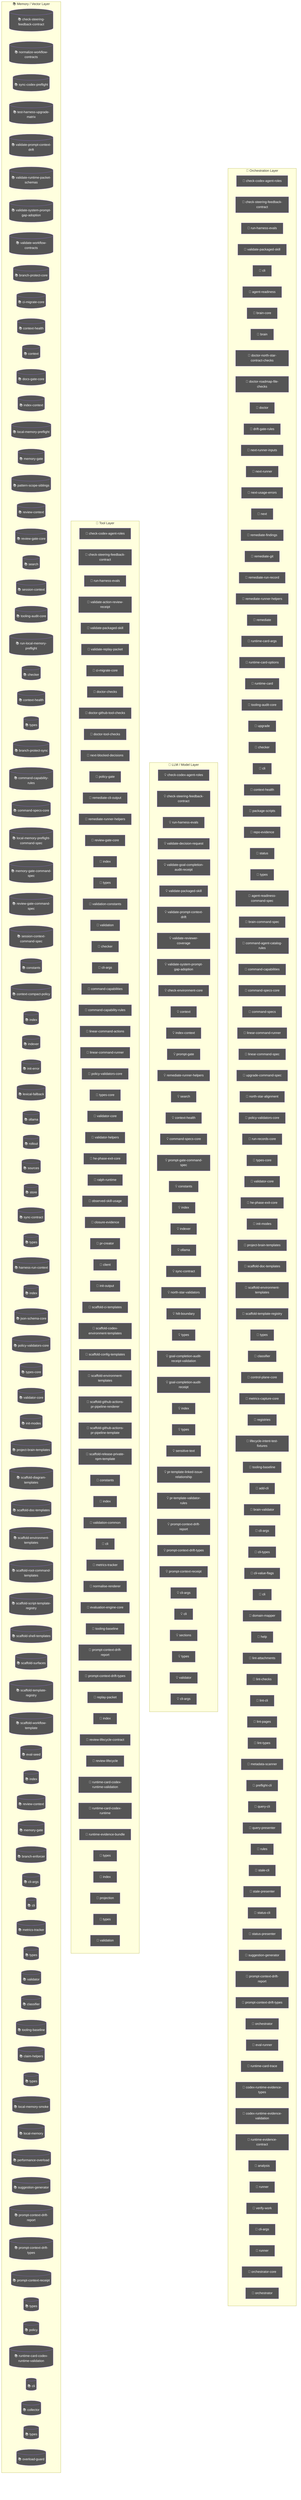
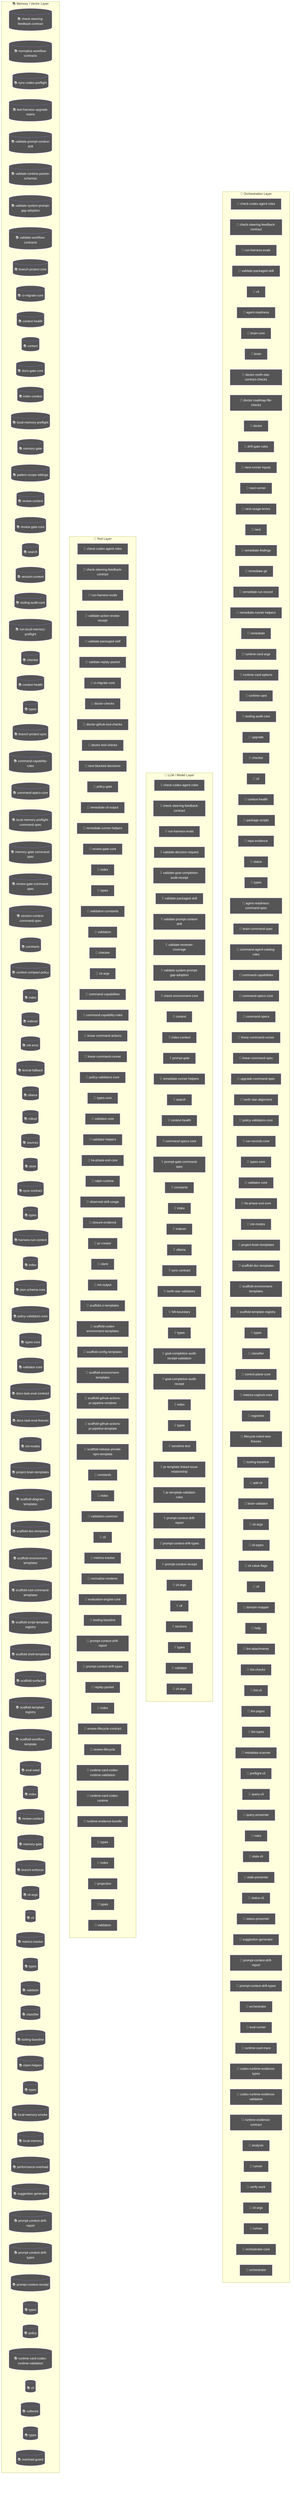
flowchart TD
  subgraph Orchestration["🎯 Orchestration Layer"]
    node_agent_mmd_orchestration_layer_orchestration_chec_7a9f0b64["🤖 check-codex-agent-roles"]
    node_agent_mmd_orchestration_layer_orchestration_chec_7fd47f5c["🤖 check-steering-feedback-contract"]
    node_agent_mmd_orchestration_layer_orchestration_run__18817957["🤖 run-harness-evals"]
    node_agent_mmd_orchestration_layer_orchestration_vali_c01b04be["🤖 validate-packaged-skill"]
    cli_99bb8840["🤖 cli"]
    agent_readiness_c82c68e6["🤖 agent-readiness"]
    brain_core_aa07c380["🤖 brain-core"]
    brain_bbbf7a64["🤖 brain"]
    doctor_north_star_contract_checks_0048124c["🤖 doctor-north-star-contract-checks"]
    doctor_roadmap_file_checks_14447b8e["🤖 doctor-roadmap-file-checks"]
    doctor_72f4be89["🤖 doctor"]
    drift_gate_rules_9685e72d["🤖 drift-gate-rules"]
    next_runner_inputs_754dba64["🤖 next-runner-inputs"]
    next_runner_41643472["🤖 next-runner"]
    next_usage_errors_837a345a["🤖 next-usage-errors"]
    next_c6c1c9a9["🤖 next"]
    remediate_findings_8b09c8c6["🤖 remediate-findings"]
    remediate_git_58c6f6f4["🤖 remediate-git"]
    remediate_run_record_9dfe5dc1["🤖 remediate-run-record"]
    node_agent_mmd_orchestration_layer_orchestration_reme_359fe98f["🤖 remediate-runner-helpers"]
    remediate_06b9c7fc["🤖 remediate"]
    runtime_card_args_2b3d4b28["🤖 runtime-card-args"]
    runtime_card_options_c9156ad5["🤖 runtime-card-options"]
    runtime_card_e06b53e1["🤖 runtime-card"]
    node_agent_mmd_orchestration_layer_orchestration_tool_acfe0c01["🤖 tooling-audit-core"]
    upgrade_7fef9479["🤖 upgrade"]
    node_agent_mmd_orchestration_layer_orchestration_chec_0550c395["🤖 checker"]
    cli_1_084e05fe["🤖 cli"]
    node_agent_mmd_orchestration_layer_orchestration_cont_61b3b9c9["🤖 context-health"]
    package_scripts_3ee6150f["🤖 package-scripts"]
    repo_evidence_38bb1de5["🤖 repo-evidence"]
    status_073c1634["🤖 status"]
    node_agent_mmd_orchestration_layer_orchestration_type_4f906dcc["🤖 types"]
    agent_readiness_command_spec_a30c2c1e["🤖 agent-readiness-command-spec"]
    brain_command_spec_15b122d5["🤖 brain-command-spec"]
    command_agent_catalog_rules_8e06b2af["🤖 command-agent-catalog-rules"]
    node_agent_mmd_orchestration_layer_orchestration_comm_6e41a7f7["🤖 command-capabilities"]
    node_agent_mmd_orchestration_layer_orchestration_comm_1f8cc24c["🤖 command-specs-core"]
    command_specs_69167c63["🤖 command-specs"]
    node_agent_mmd_orchestration_layer_orchestration_line_b67affd5["🤖 linear-command-runner"]
    linear_command_spec_1e12dd44["🤖 linear-command-spec"]
    upgrade_command_spec_03f6c7bd["🤖 upgrade-command-spec"]
    north_star_alignment_00440188["🤖 north-star-alignment"]
    node_agent_mmd_orchestration_layer_orchestration_poli_3270b55d["🤖 policy-validators-core"]
    run_records_core_89286dfa["🤖 run-records-core"]
    node_agent_mmd_orchestration_layer_orchestration_type_7cf81261["🤖 types-core"]
    node_agent_mmd_orchestration_layer_orchestration_vali_d9fe99e6["🤖 validator-core"]
    node_agent_mmd_orchestration_layer_orchestration_he_p_fc778c24["🤖 he-phase-exit-core"]
    node_agent_mmd_orchestration_layer_orchestration_init_2a9c3ecb["🤖 init-modes"]
    node_agent_mmd_orchestration_layer_orchestration_proj_6ab6f60f["🤖 project-brain-templates"]
    node_agent_mmd_orchestration_layer_orchestration_scaf_12cc07db["🤖 scaffold-doc-templates"]
    node_agent_mmd_orchestration_layer_orchestration_scaf_c9a90c2f["🤖 scaffold-environment-templates"]
    node_agent_mmd_orchestration_layer_orchestration_scaf_ff8f92f6["🤖 scaffold-template-registry"]
    types_16_0fae1112["🤖 types"]
    node_agent_mmd_orchestration_layer_orchestration_clas_899b821a["🤖 classifier"]
    control_plane_core_db3b4cb2["🤖 control-plane-core"]
    metrics_capture_core_db4bf7cf["🤖 metrics-capture-core"]
    registries_06402afa["🤖 registries"]
    lifecycle_intent_test_fixtures_a53c7ada["🤖 lifecycle-intent-test-fixtures"]
    node_agent_mmd_orchestration_layer_orchestration_tool_cc43149f["🤖 tooling-baseline"]
    add_cli_7614de25["🤖 add-cli"]
    brain_validator_be251832["🤖 brain-validator"]
    cli_args_8_d546936e["🤖 cli-args"]
    cli_types_1686e858["🤖 cli-types"]
    cli_value_flags_732a8e43["🤖 cli-value-flags"]
    cli_9_b54c1407["🤖 cli"]
    domain_mapper_cd9333d2["🤖 domain-mapper"]
    help_106a5842["🤖 help"]
    lint_attachments_873c0632["🤖 lint-attachments"]
    lint_checks_83522b19["🤖 lint-checks"]
    lint_cli_9ec62ec0["🤖 lint-cli"]
    lint_pages_e33301d0["🤖 lint-pages"]
    lint_types_2862c255["🤖 lint-types"]
    metadata_scanner_6a101b66["🤖 metadata-scanner"]
    preflight_cli_5d148379["🤖 preflight-cli"]
    query_cli_b95be64d["🤖 query-cli"]
    query_presenter_02e6077c["🤖 query-presenter"]
    rules_6c621d1a["🤖 rules"]
    stale_cli_64548720["🤖 stale-cli"]
    stale_presenter_1de4e3a2["🤖 stale-presenter"]
    status_cli_4c24a0d6["🤖 status-cli"]
    status_presenter_8de686c1["🤖 status-presenter"]
    node_agent_mmd_orchestration_layer_orchestration_sugg_85c5ebe3["🤖 suggestion-generator"]
    node_agent_mmd_orchestration_layer_orchestration_prom_d17b4de2["🤖 prompt-context-drift-report"]
    node_agent_mmd_orchestration_layer_orchestration_prom_77088997["🤖 prompt-context-drift-types"]
    orchestrator_11376b7e["🤖 orchestrator"]
    eval_runner_0966a6b3["🤖 eval-runner"]
    runtime_card_trace_64a5ca95["🤖 runtime-card-trace"]
    codex_runtime_evidence_types_f55808dd["🤖 codex-runtime-evidence-types"]
    codex_runtime_evidence_validation_d060a92d["🤖 codex-runtime-evidence-validation"]
    runtime_evidence_contract_0f7b15b2["🤖 runtime-evidence-contract"]
    analysis_f44e85c4["🤖 analysis"]
    runner_527aa9f4["🤖 runner"]
    verify_work_1_cd8e7ec3["🤖 verify-work"]
    cli_args_14_3481043e["🤖 cli-args"]
    runner_1_6f281bf8["🤖 runner"]
    orchestrator_core_d0678b53["🤖 orchestrator-core"]
    orchestrator_1_6b7137c5["🤖 orchestrator"]
  end
  subgraph LLMLayer["🧠 LLM / Model Layer"]
    node_agent_mmd_llm_model_layer_llmlayer_check_codex_a_29e7b7fa["💡 check-codex-agent-roles"]
    node_agent_mmd_llm_model_layer_llmlayer_check_steerin_0e1bf90d["💡 check-steering-feedback-contract"]
    node_agent_mmd_llm_model_layer_llmlayer_run_harness_e_603fcfdc["💡 run-harness-evals"]
    validate_decision_request_2e5c325e["💡 validate-decision-request"]
    validate_goal_completion_audit_receipt_100d252c["💡 validate-goal-completion-audit-receipt"]
    node_agent_mmd_llm_model_layer_llmlayer_validate_pack_2a12e1f4["💡 validate-packaged-skill"]
    node_agent_mmd_llm_model_layer_llmlayer_validate_prom_9880f764["💡 validate-prompt-context-drift"]
    validate_reviewer_coverage_251efee3["💡 validate-reviewer-coverage"]
    node_agent_mmd_llm_model_layer_llmlayer_validate_syst_5636156e["💡 validate-system-prompt-gap-adoption"]
    check_environment_core_2c16213f["💡 check-environment-core"]
    node_agent_mmd_llm_model_layer_llmlayer_context_conte_ad2dfbd9["💡 context"]
    node_agent_mmd_llm_model_layer_llmlayer_index_context_1041bd11["💡 index-context"]
    prompt_gate_c5e9d207["💡 prompt-gate"]
    node_agent_mmd_llm_model_layer_llmlayer_remediate_run_9e3d4585["💡 remediate-runner-helpers"]
    node_agent_mmd_llm_model_layer_llmlayer_search_search_66b9a911["💡 search"]
    node_agent_mmd_llm_model_layer_llmlayer_context_healt_cfc0bfa8["💡 context-health"]
    node_agent_mmd_llm_model_layer_llmlayer_command_specs_782af9fa["💡 command-specs-core"]
    prompt_gate_command_spec_9a941482["💡 prompt-gate-command-spec"]
    node_agent_mmd_llm_model_layer_llmlayer_constants_con_c9bd3f6c["💡 constants"]
    node_agent_mmd_llm_model_layer_llmlayer_index_index_1_02e160ff["💡 index"]
    node_agent_mmd_llm_model_layer_llmlayer_indexer_index_4f4deef5["💡 indexer"]
    node_agent_mmd_llm_model_layer_llmlayer_ollama_ollama_968b23fa["💡 ollama"]
    node_agent_mmd_llm_model_layer_llmlayer_sync_contract_9f3cc8c1["💡 sync-contract"]
    north_star_validators_cfc926ce["💡 north-star-validators"]
    hilt_boundary_9b36fb15["💡 hilt-boundary"]
    types_10_75e5a4a0["💡 types"]
    goal_completion_audit_receipt_validation_9d0f4891["💡 goal-completion-audit-receipt-validation"]
    goal_completion_audit_receipt_5e4939c3["💡 goal-completion-audit-receipt"]
    index_5_522f772a["💡 index"]
    node_agent_mmd_llm_model_layer_llmlayer_constants_con_c9bd3f6c["💡 constants"]
    types_17_ed30531c["💡 types"]
    sensitive_text_7c11f760["💡 sensitive-text"]
    pr_template_linked_issue_relationship_a7b61f2c["💡 pr-template-linked-issue-relationship"]
    pr_template_validator_rules_20a32d6b["💡 pr-template-validator-rules"]
    node_agent_mmd_llm_model_layer_llmlayer_index_index_1_02e160ff["💡 index"]
    node_agent_mmd_llm_model_layer_llmlayer_prompt_contex_81f9066a["💡 prompt-context-drift-report"]
    node_agent_mmd_llm_model_layer_llmlayer_prompt_contex_e5066b88["💡 prompt-context-drift-types"]
    node_agent_mmd_llm_model_layer_llmlayer_index_index_1_02e160ff["💡 index"]
    node_agent_mmd_llm_model_layer_llmlayer_prompt_contex_6426acc2["💡 prompt-context-receipt"]
    cli_args_9_9c136878["💡 cli-args"]
    cli_10_35dc8cbd["💡 cli"]
    sections_4697ef32["💡 sections"]
    types_27_4d134744["💡 types"]
    validator_7_f836eb0e["💡 validator"]
    cli_args_10_861cdd3f["💡 cli-args"]
  end
  subgraph ToolLayer["🔧 Tool Layer"]
    node_agent_mmd_tool_layer_toollayer_check_codex_agent_4b361d5a["🔧 check-codex-agent-roles"]
    node_agent_mmd_tool_layer_toollayer_check_steering_fe_eafecf3a["🔧 check-steering-feedback-contract"]
    node_agent_mmd_tool_layer_toollayer_run_harness_evals_e2ee24f1["🔧 run-harness-evals"]
    validate_action_review_receipt_fa2f06c3["🔧 validate-action-review-receipt"]
    node_agent_mmd_tool_layer_toollayer_validate_packaged_2855c827["🔧 validate-packaged-skill"]
    validate_replay_packet_f309747e["🔧 validate-replay-packet"]
    node_agent_mmd_tool_layer_toollayer_ci_migrate_core_c_049f8460["🔧 ci-migrate-core"]
    doctor_checks_5a2eb2b9["🔧 doctor-checks"]
    doctor_github_tool_checks_a53b0382["🔧 doctor-github-tool-checks"]
    doctor_tool_checks_4acac51a["🔧 doctor-tool-checks"]
    next_blocked_decisions_4140ad2b["🔧 next-blocked-decisions"]
    policy_gate_213f7313["🔧 policy-gate"]
    remediate_cli_output_cc165396["🔧 remediate-cli-output"]
    node_agent_mmd_tool_layer_toollayer_remediate_runner__c003b871["🔧 remediate-runner-helpers"]
    node_agent_mmd_tool_layer_toollayer_review_gate_core__7704598b["🔧 review-gate-core"]
    index_1bc04b52["🔧 index"]
    types_1_4ecdf56e["🔧 types"]
    validation_constants_e002a0f6["🔧 validation-constants"]
    validation_98c41dcd["🔧 validation"]
    node_agent_mmd_tool_layer_toollayer_checker_checker_2_453d593b["🔧 checker"]
    cli_args_1_6144b055["🔧 cli-args"]
    node_agent_mmd_tool_layer_toollayer_command_capabilit_7fe13db1["🔧 command-capabilities"]
    node_agent_mmd_tool_layer_toollayer_command_capabilit_e97a4615["🔧 command-capability-rules"]
    linear_command_actions_e430f4f4["🔧 linear-command-actions"]
    node_agent_mmd_tool_layer_toollayer_linear_command_ru_d6763748["🔧 linear-command-runner"]
    node_agent_mmd_tool_layer_toollayer_policy_validators_af136abf["🔧 policy-validators-core"]
    node_agent_mmd_tool_layer_toollayer_types_core_types__6c8319b6["🔧 types-core"]
    node_agent_mmd_tool_layer_toollayer_validator_core_va_6ef6131f["🔧 validator-core"]
    validator_helpers_7b927667["🔧 validator-helpers"]
    node_agent_mmd_tool_layer_toollayer_he_phase_exit_cor_af016160["🔧 he-phase-exit-core"]
    ralph_runtime_73d63c0e["🔧 ralph-runtime"]
    observed_skill_usage_ed7d5930["🔧 observed-skill-usage"]
    closure_evidence_aaa31467["🔧 closure-evidence"]
    pr_creator_dc6b1ea4["🔧 pr-creator"]
    client_948fe603["🔧 client"]
    init_output_360dce91["🔧 init-output"]
    scaffold_ci_templates_2afd6392["🔧 scaffold-ci-templates"]
    scaffold_codex_environment_templates_334fbbed["🔧 scaffold-codex-environment-templates"]
    scaffold_config_templates_4b80ce53["🔧 scaffold-config-templates"]
    node_agent_mmd_tool_layer_toollayer_scaffold_environm_c1afc013["🔧 scaffold-environment-templates"]
    scaffold_github_actions_pr_pipeline_renderer_1ee18de5["🔧 scaffold-github-actions-pr-pipeline-renderer"]
    scaffold_github_actions_pr_pipeline_template_e2b85f62["🔧 scaffold-github-actions-pr-pipeline-template"]
    scaffold_release_private_npm_template_075499f8["🔧 scaffold-release-private-npm-template"]
    node_agent_mmd_tool_layer_toollayer_constants_constan_9d71b829["🔧 constants"]
    index_9_32dd4d91["🔧 index"]
    validation_common_6161e48b["🔧 validation-common"]
    node_agent_mmd_tool_layer_toollayer_cli_cli_2_1_32d9eeaf["🔧 cli"]
    node_agent_mmd_tool_layer_toollayer_metrics_tracker_m_4c9237d8["🔧 metrics-tracker"]
    normalise_renderer_85f2e563["🔧 normalise-renderer"]
    evaluation_engine_core_e054fe49["🔧 evaluation-engine-core"]
    node_agent_mmd_tool_layer_toollayer_tooling_baseline__61e66e9f["🔧 tooling-baseline"]
    node_agent_mmd_tool_layer_toollayer_prompt_context_dr_a2772f2b["🔧 prompt-context-drift-report"]
    node_agent_mmd_tool_layer_toollayer_prompt_context_dr_bd82da46["🔧 prompt-context-drift-types"]
    replay_packet_a1293f88["🔧 replay-packet"]
    index_14_d982116c["🔧 index"]
    review_lifecycle_contract_e5447221["🔧 review-lifecycle-contract"]
    review_lifecycle_89afa64c["🔧 review-lifecycle"]
    node_agent_mmd_tool_layer_toollayer_runtime_card_code_3636ceac["🔧 runtime-card-codex-runtime-validation"]
    runtime_card_codex_runtime_0655e230["🔧 runtime-card-codex-runtime"]
    runtime_evidence_bundle_d471a232["🔧 runtime-evidence-bundle"]
    types_36_674380ec["🔧 types"]
    index_17_642943a2["🔧 index"]
    projection_1b250ea1["🔧 projection"]
    types_38_e8efcd57["🔧 types"]
    validation_7_c4e6d8b6["🔧 validation"]
  end
  subgraph MemoryLayer["📚 Memory / Vector Layer"]
    node_agent_mmd_memory_vector_layer_memorylayer_check__64c86928[("📚 check-steering-feedback-contract")]
    normalize_workflow_contracts_8701f1c8[("📚 normalize-workflow-contracts")]
    sync_codex_preflight_7e7a8dc2[("📚 sync-codex-preflight")]
    test_harness_upgrade_matrix_84113c4e[("📚 test-harness-upgrade-matrix")]
    node_agent_mmd_memory_vector_layer_memorylayer_valida_c52c4db8[("📚 validate-prompt-context-drift")]
    validate_runtime_packet_schemas_bc3ba8ec[("📚 validate-runtime-packet-schemas")]
    node_agent_mmd_memory_vector_layer_memorylayer_valida_db599a97[("📚 validate-system-prompt-gap-adoption")]
    validate_workflow_contracts_33dc063c[("📚 validate-workflow-contracts")]
    branch_protect_core_a8feb0fd[("📚 branch-protect-core")]
    node_agent_mmd_memory_vector_layer_memorylayer_ci_mig_0cd5b1a4[("📚 ci-migrate-core")]
    context_health_80bb7da9[("📚 context-health")]
    node_agent_mmd_memory_vector_layer_memorylayer_contex_78ceaaa9[("📚 context")]
    docs_gate_core_eb9b6c18[("📚 docs-gate-core")]
    node_agent_mmd_memory_vector_layer_memorylayer_index__6f3402d0[("📚 index-context")]
    local_memory_preflight_dcc36c42[("📚 local-memory-preflight")]
    memory_gate_a577a506[("📚 memory-gate")]
    pattern_scope_siblings_43abe000[("📚 pattern-scope-siblings")]
    review_context_ca6cf81d[("📚 review-context")]
    node_agent_mmd_memory_vector_layer_memorylayer_review_5bee9816[("📚 review-gate-core")]
    node_agent_mmd_memory_vector_layer_memorylayer_search_ac35cb7e[("📚 search")]
    session_context_e5ec72c0[("📚 session-context")]
    node_agent_mmd_memory_vector_layer_memorylayer_toolin_a1185b8f[("📚 tooling-audit-core")]
    run_local_memory_preflight_36e92808[("📚 run-local-memory-preflight")]
    node_agent_mmd_memory_vector_layer_memorylayer_checke_a583eb4f[("📚 checker")]
    node_agent_mmd_memory_vector_layer_memorylayer_contex_3204aa0e[("📚 context-health")]
    node_agent_mmd_memory_vector_layer_memorylayer_types__9ad640a0[("📚 types")]
    branch_protect_sync_570adb18[("📚 branch-protect-sync")]
    node_agent_mmd_memory_vector_layer_memorylayer_comman_c72a5d05[("📚 command-capability-rules")]
    node_agent_mmd_memory_vector_layer_memorylayer_comman_111eb454[("📚 command-specs-core")]
    local_memory_preflight_command_spec_9e23f3ce[("📚 local-memory-preflight-command-spec")]
    memory_gate_command_spec_dc9001a9[("📚 memory-gate-command-spec")]
    review_gate_command_spec_3187376a[("📚 review-gate-command-spec")]
    session_context_command_spec_973afbb1[("📚 session-context-command-spec")]
    node_agent_mmd_memory_vector_layer_memorylayer_consta_702d3f46[("📚 constants")]
    context_compact_policy_3dcaf95d[("📚 context-compact-policy")]
    node_agent_mmd_memory_vector_layer_memorylayer_index__752bc61e[("📚 index")]
    node_agent_mmd_memory_vector_layer_memorylayer_indexe_93e6d86f[("📚 indexer")]
    init_error_5c7dd49f[("📚 init-error")]
    lexical_fallback_723e2b3e[("📚 lexical-fallback")]
    node_agent_mmd_memory_vector_layer_memorylayer_ollama_6d51be16[("📚 ollama")]
    rollout_a4fa034c[("📚 rollout")]
    sources_878a52fc[("📚 sources")]
    store_824d80d7[("📚 store")]
    node_agent_mmd_memory_vector_layer_memorylayer_sync_c_e43418bc[("📚 sync-contract")]
    types_8_f6283648[("📚 types")]
    harness_run_context_ac7c77a9[("📚 harness-run-context")]
    index_4_013aa0e3[("📚 index")]
    json_schema_core_96d7e328[("📚 json-schema-core")]
    node_agent_mmd_memory_vector_layer_memorylayer_policy_1944de42[("📚 policy-validators-core")]
    node_agent_mmd_memory_vector_layer_memorylayer_types__83f369fa[("📚 types-core")]
    node_agent_mmd_memory_vector_layer_memorylayer_valida_41034356[("📚 validator-core")]
+     docs_task_eval_contract_79347457[("📚 docs-task-eval-contract")]
+     docs_task_eval_fixtures_44902755[("📚 docs-task-eval-fixtures")]
    node_agent_mmd_memory_vector_layer_memorylayer_init_m_333d02c5[("📚 init-modes")]
    node_agent_mmd_memory_vector_layer_memorylayer_projec_3ae304d9[("📚 project-brain-templates")]
    scaffold_diagram_templates_dd88e83c[("📚 scaffold-diagram-templates")]
    node_agent_mmd_memory_vector_layer_memorylayer_scaffo_5fd73b94[("📚 scaffold-doc-templates")]
    node_agent_mmd_memory_vector_layer_memorylayer_scaffo_12b42341[("📚 scaffold-environment-templates")]
    scaffold_root_command_templates_404fed7f[("📚 scaffold-root-command-templates")]
    scaffold_script_template_registry_69312d4e[("📚 scaffold-script-template-registry")]
    scaffold_shell_templates_0ad0f915[("📚 scaffold-shell-templates")]
    scaffold_surfaces_12d6494e[("📚 scaffold-surfaces")]
    node_agent_mmd_memory_vector_layer_memorylayer_scaffo_a86eece1[("📚 scaffold-template-registry")]
    scaffold_workflow_template_92310587[("📚 scaffold-workflow-template")]
    eval_seed_5699fd3e[("📚 eval-seed")]
    index_10_f6785a46[("📚 index")]
    review_context_1_e3afed15[("📚 review-context")]
    memory_gate_1_265164ac[("📚 memory-gate")]
    branch_enforcer_acb749cd[("📚 branch-enforcer")]
    cli_args_5_09ea29f0[("📚 cli-args")]
    node_agent_mmd_memory_vector_layer_memorylayer_cli_cl_1f1f89ab[("📚 cli")]
    node_agent_mmd_memory_vector_layer_memorylayer_metric_12562178[("📚 metrics-tracker")]
    types_19_eb4ad5f0[("📚 types")]
    validator_5_b19ac2be[("📚 validator")]
    node_agent_mmd_memory_vector_layer_memorylayer_classi_1ebbf5ff[("📚 classifier")]
    node_agent_mmd_memory_vector_layer_memorylayer_toolin_14f86b00[("📚 tooling-baseline")]
    claim_helpers_20dc8387[("📚 claim-helpers")]
    types_24_c63dc1a7[("📚 types")]
    local_memory_smoke_1175abfc[("📚 local-memory-smoke")]
    local_memory_0db17ecc[("📚 local-memory")]
    performance_overload_c685bfcf[("📚 performance-overload")]
    node_agent_mmd_memory_vector_layer_memorylayer_sugges_267f408d[("📚 suggestion-generator")]
    node_agent_mmd_memory_vector_layer_memorylayer_index__752bc61e[("📚 index")]
    node_agent_mmd_memory_vector_layer_memorylayer_prompt_ae34fc43[("📚 prompt-context-drift-report")]
    node_agent_mmd_memory_vector_layer_memorylayer_prompt_efd77624[("📚 prompt-context-drift-types")]
    node_agent_mmd_memory_vector_layer_memorylayer_index__752bc61e[("📚 index")]
    node_agent_mmd_memory_vector_layer_memorylayer_prompt_55c0d605[("📚 prompt-context-receipt")]
    types_31_eb363e20[("📚 types")]
    policy_1_fc4198db[("📚 policy")]
    node_agent_mmd_memory_vector_layer_memorylayer_runtim_a5d23e7f[("📚 runtime-card-codex-runtime-validation")]
    cli_11_338a8415[("📚 cli")]
    collector_0736fd5b[("📚 collector")]
    types_34_85e6a0bb[("📚 types")]
    overload_guard_2748c559[("📚 overload-guard")]
  end
  classDef agentNode fill:#555,color:#fff
  class node_agent_mmd_orchestration_layer_orchestration_chec_7a9f0b64,node_agent_mmd_llm_model_layer_llmlayer_check_codex_a_29e7b7fa,node_agent_mmd_tool_layer_toollayer_check_codex_agent_4b361d5a,node_agent_mmd_orchestration_layer_orchestration_chec_7fd47f5c,node_agent_mmd_llm_model_layer_llmlayer_check_steerin_0e1bf90d,node_agent_mmd_tool_layer_toollayer_check_steering_fe_eafecf3a,node_agent_mmd_memory_vector_layer_memorylayer_check__64c86928,node_agent_mmd_orchestration_layer_orchestration_run__18817957,node_agent_mmd_llm_model_layer_llmlayer_run_harness_e_603fcfdc,node_agent_mmd_tool_layer_toollayer_run_harness_evals_e2ee24f1,node_agent_mmd_orchestration_layer_orchestration_vali_c01b04be,node_agent_mmd_llm_model_layer_llmlayer_validate_pack_2a12e1f4,node_agent_mmd_tool_layer_toollayer_validate_packaged_2855c827,cli_99bb8840,agent_readiness_c82c68e6,brain_core_aa07c380,brain_bbbf7a64,doctor_north_star_contract_checks_0048124c,doctor_roadmap_file_checks_14447b8e,doctor_72f4be89,drift_gate_rules_9685e72d,next_runner_inputs_754dba64,next_runner_41643472,next_usage_errors_837a345a,next_c6c1c9a9,remediate_findings_8b09c8c6,remediate_git_58c6f6f4,remediate_run_record_9dfe5dc1,node_agent_mmd_orchestration_layer_orchestration_reme_359fe98f,node_agent_mmd_llm_model_layer_llmlayer_remediate_run_9e3d4585,node_agent_mmd_tool_layer_toollayer_remediate_runner__c003b871,remediate_06b9c7fc,runtime_card_args_2b3d4b28,runtime_card_options_c9156ad5,runtime_card_e06b53e1,node_agent_mmd_orchestration_layer_orchestration_tool_acfe0c01,node_agent_mmd_memory_vector_layer_memorylayer_toolin_a1185b8f,upgrade_7fef9479,node_agent_mmd_orchestration_layer_orchestration_chec_0550c395,node_agent_mmd_tool_layer_toollayer_checker_checker_2_453d593b,node_agent_mmd_memory_vector_layer_memorylayer_checke_a583eb4f,cli_1_084e05fe,node_agent_mmd_orchestration_layer_orchestration_cont_61b3b9c9,node_agent_mmd_llm_model_layer_llmlayer_context_healt_cfc0bfa8,node_agent_mmd_memory_vector_layer_memorylayer_contex_3204aa0e,package_scripts_3ee6150f,repo_evidence_38bb1de5,status_073c1634,node_agent_mmd_orchestration_layer_orchestration_type_4f906dcc,node_agent_mmd_memory_vector_layer_memorylayer_types__9ad640a0,agent_readiness_command_spec_a30c2c1e,brain_command_spec_15b122d5,command_agent_catalog_rules_8e06b2af,node_agent_mmd_orchestration_layer_orchestration_comm_6e41a7f7,node_agent_mmd_tool_layer_toollayer_command_capabilit_7fe13db1,node_agent_mmd_orchestration_layer_orchestration_comm_1f8cc24c,node_agent_mmd_llm_model_layer_llmlayer_command_specs_782af9fa,node_agent_mmd_memory_vector_layer_memorylayer_comman_111eb454,command_specs_69167c63,node_agent_mmd_orchestration_layer_orchestration_line_b67affd5,node_agent_mmd_tool_layer_toollayer_linear_command_ru_d6763748,linear_command_spec_1e12dd44,upgrade_command_spec_03f6c7bd,north_star_alignment_00440188,node_agent_mmd_orchestration_layer_orchestration_poli_3270b55d,node_agent_mmd_tool_layer_toollayer_policy_validators_af136abf,node_agent_mmd_memory_vector_layer_memorylayer_policy_1944de42,run_records_core_89286dfa,node_agent_mmd_orchestration_layer_orchestration_type_7cf81261,node_agent_mmd_tool_layer_toollayer_types_core_types__6c8319b6,node_agent_mmd_memory_vector_layer_memorylayer_types__83f369fa,node_agent_mmd_orchestration_layer_orchestration_vali_d9fe99e6,node_agent_mmd_tool_layer_toollayer_validator_core_va_6ef6131f,node_agent_mmd_memory_vector_layer_memorylayer_valida_41034356,node_agent_mmd_orchestration_layer_orchestration_he_p_fc778c24,node_agent_mmd_tool_layer_toollayer_he_phase_exit_cor_af016160,node_agent_mmd_orchestration_layer_orchestration_init_2a9c3ecb,node_agent_mmd_memory_vector_layer_memorylayer_init_m_333d02c5,node_agent_mmd_orchestration_layer_orchestration_proj_6ab6f60f,node_agent_mmd_memory_vector_layer_memorylayer_projec_3ae304d9,node_agent_mmd_orchestration_layer_orchestration_scaf_12cc07db,node_agent_mmd_memory_vector_layer_memorylayer_scaffo_5fd73b94,node_agent_mmd_orchestration_layer_orchestration_scaf_c9a90c2f,node_agent_mmd_tool_layer_toollayer_scaffold_environm_c1afc013,node_agent_mmd_memory_vector_layer_memorylayer_scaffo_12b42341,node_agent_mmd_orchestration_layer_orchestration_scaf_ff8f92f6,node_agent_mmd_memory_vector_layer_memorylayer_scaffo_a86eece1,types_16_0fae1112,node_agent_mmd_orchestration_layer_orchestration_clas_899b821a,node_agent_mmd_memory_vector_layer_memorylayer_classi_1ebbf5ff,control_plane_core_db3b4cb2,metrics_capture_core_db4bf7cf,registries_06402afa,lifecycle_intent_test_fixtures_a53c7ada,node_agent_mmd_orchestration_layer_orchestration_tool_cc43149f,node_agent_mmd_tool_layer_toollayer_tooling_baseline__61e66e9f,node_agent_mmd_memory_vector_layer_memorylayer_toolin_14f86b00,add_cli_7614de25,brain_validator_be251832,cli_args_8_d546936e,cli_types_1686e858,cli_value_flags_732a8e43,cli_9_b54c1407,domain_mapper_cd9333d2,help_106a5842,lint_attachments_873c0632,lint_checks_83522b19,lint_cli_9ec62ec0,lint_pages_e33301d0,lint_types_2862c255,metadata_scanner_6a101b66,preflight_cli_5d148379,query_cli_b95be64d,query_presenter_02e6077c,rules_6c621d1a,stale_cli_64548720,stale_presenter_1de4e3a2,status_cli_4c24a0d6,status_presenter_8de686c1,node_agent_mmd_orchestration_layer_orchestration_sugg_85c5ebe3,node_agent_mmd_memory_vector_layer_memorylayer_sugges_267f408d,node_agent_mmd_orchestration_layer_orchestration_prom_d17b4de2,node_agent_mmd_llm_model_layer_llmlayer_prompt_contex_81f9066a,node_agent_mmd_tool_layer_toollayer_prompt_context_dr_a2772f2b,node_agent_mmd_memory_vector_layer_memorylayer_prompt_ae34fc43,node_agent_mmd_orchestration_layer_orchestration_prom_77088997,node_agent_mmd_llm_model_layer_llmlayer_prompt_contex_e5066b88,node_agent_mmd_tool_layer_toollayer_prompt_context_dr_bd82da46,node_agent_mmd_memory_vector_layer_memorylayer_prompt_efd77624,orchestrator_11376b7e,eval_runner_0966a6b3,runtime_card_trace_64a5ca95,codex_runtime_evidence_types_f55808dd,codex_runtime_evidence_validation_d060a92d,runtime_evidence_contract_0f7b15b2,analysis_f44e85c4,runner_527aa9f4,verify_work_1_cd8e7ec3,cli_args_14_3481043e,runner_1_6f281bf8,orchestrator_core_d0678b53,orchestrator_1_6b7137c5 agentNode
  classDef llmNode fill:#555,color:#fff
  class node_agent_mmd_orchestration_layer_orchestration_chec_7a9f0b64,node_agent_mmd_llm_model_layer_llmlayer_check_codex_a_29e7b7fa,node_agent_mmd_tool_layer_toollayer_check_codex_agent_4b361d5a,node_agent_mmd_orchestration_layer_orchestration_chec_7fd47f5c,node_agent_mmd_llm_model_layer_llmlayer_check_steerin_0e1bf90d,node_agent_mmd_tool_layer_toollayer_check_steering_fe_eafecf3a,node_agent_mmd_memory_vector_layer_memorylayer_check__64c86928,node_agent_mmd_orchestration_layer_orchestration_run__18817957,node_agent_mmd_llm_model_layer_llmlayer_run_harness_e_603fcfdc,node_agent_mmd_tool_layer_toollayer_run_harness_evals_e2ee24f1,validate_decision_request_2e5c325e,validate_goal_completion_audit_receipt_100d252c,node_agent_mmd_orchestration_layer_orchestration_vali_c01b04be,node_agent_mmd_llm_model_layer_llmlayer_validate_pack_2a12e1f4,node_agent_mmd_tool_layer_toollayer_validate_packaged_2855c827,node_agent_mmd_llm_model_layer_llmlayer_validate_prom_9880f764,node_agent_mmd_memory_vector_layer_memorylayer_valida_c52c4db8,validate_reviewer_coverage_251efee3,node_agent_mmd_llm_model_layer_llmlayer_validate_syst_5636156e,node_agent_mmd_memory_vector_layer_memorylayer_valida_db599a97,check_environment_core_2c16213f,node_agent_mmd_llm_model_layer_llmlayer_context_conte_ad2dfbd9,node_agent_mmd_memory_vector_layer_memorylayer_contex_78ceaaa9,node_agent_mmd_llm_model_layer_llmlayer_index_context_1041bd11,node_agent_mmd_memory_vector_layer_memorylayer_index__6f3402d0,prompt_gate_c5e9d207,node_agent_mmd_orchestration_layer_orchestration_reme_359fe98f,node_agent_mmd_llm_model_layer_llmlayer_remediate_run_9e3d4585,node_agent_mmd_tool_layer_toollayer_remediate_runner__c003b871,node_agent_mmd_llm_model_layer_llmlayer_search_search_66b9a911,node_agent_mmd_memory_vector_layer_memorylayer_search_ac35cb7e,node_agent_mmd_orchestration_layer_orchestration_cont_61b3b9c9,node_agent_mmd_llm_model_layer_llmlayer_context_healt_cfc0bfa8,node_agent_mmd_memory_vector_layer_memorylayer_contex_3204aa0e,node_agent_mmd_orchestration_layer_orchestration_comm_1f8cc24c,node_agent_mmd_llm_model_layer_llmlayer_command_specs_782af9fa,node_agent_mmd_memory_vector_layer_memorylayer_comman_111eb454,prompt_gate_command_spec_9a941482,node_agent_mmd_llm_model_layer_llmlayer_constants_con_c9bd3f6c,node_agent_mmd_memory_vector_layer_memorylayer_consta_702d3f46,node_agent_mmd_llm_model_layer_llmlayer_index_index_1_02e160ff,node_agent_mmd_memory_vector_layer_memorylayer_index__752bc61e,node_agent_mmd_llm_model_layer_llmlayer_indexer_index_4f4deef5,node_agent_mmd_memory_vector_layer_memorylayer_indexe_93e6d86f,node_agent_mmd_llm_model_layer_llmlayer_ollama_ollama_968b23fa,node_agent_mmd_memory_vector_layer_memorylayer_ollama_6d51be16,node_agent_mmd_llm_model_layer_llmlayer_sync_contract_9f3cc8c1,node_agent_mmd_memory_vector_layer_memorylayer_sync_c_e43418bc,north_star_validators_cfc926ce,hilt_boundary_9b36fb15,types_10_75e5a4a0,goal_completion_audit_receipt_validation_9d0f4891,goal_completion_audit_receipt_5e4939c3,index_5_522f772a,node_agent_mmd_tool_layer_toollayer_constants_constan_9d71b829,types_17_ed30531c,sensitive_text_7c11f760,pr_template_linked_issue_relationship_a7b61f2c,pr_template_validator_rules_20a32d6b,node_agent_mmd_orchestration_layer_orchestration_prom_d17b4de2,node_agent_mmd_llm_model_layer_llmlayer_prompt_contex_81f9066a,node_agent_mmd_tool_layer_toollayer_prompt_context_dr_a2772f2b,node_agent_mmd_memory_vector_layer_memorylayer_prompt_ae34fc43,node_agent_mmd_orchestration_layer_orchestration_prom_77088997,node_agent_mmd_llm_model_layer_llmlayer_prompt_contex_e5066b88,node_agent_mmd_tool_layer_toollayer_prompt_context_dr_bd82da46,node_agent_mmd_memory_vector_layer_memorylayer_prompt_efd77624,node_agent_mmd_llm_model_layer_llmlayer_prompt_contex_6426acc2,node_agent_mmd_memory_vector_layer_memorylayer_prompt_55c0d605,cli_args_9_9c136878,cli_10_35dc8cbd,sections_4697ef32,types_27_4d134744,validator_7_f836eb0e,cli_args_10_861cdd3f llmNode
  classDef toolNode fill:#555,color:#fff
  class node_agent_mmd_orchestration_layer_orchestration_chec_7a9f0b64,node_agent_mmd_llm_model_layer_llmlayer_check_codex_a_29e7b7fa,node_agent_mmd_tool_layer_toollayer_check_codex_agent_4b361d5a,node_agent_mmd_orchestration_layer_orchestration_chec_7fd47f5c,node_agent_mmd_llm_model_layer_llmlayer_check_steerin_0e1bf90d,node_agent_mmd_tool_layer_toollayer_check_steering_fe_eafecf3a,node_agent_mmd_memory_vector_layer_memorylayer_check__64c86928,node_agent_mmd_orchestration_layer_orchestration_run__18817957,node_agent_mmd_llm_model_layer_llmlayer_run_harness_e_603fcfdc,node_agent_mmd_tool_layer_toollayer_run_harness_evals_e2ee24f1,validate_action_review_receipt_fa2f06c3,node_agent_mmd_orchestration_layer_orchestration_vali_c01b04be,node_agent_mmd_llm_model_layer_llmlayer_validate_pack_2a12e1f4,node_agent_mmd_tool_layer_toollayer_validate_packaged_2855c827,validate_replay_packet_f309747e,node_agent_mmd_tool_layer_toollayer_ci_migrate_core_c_049f8460,node_agent_mmd_memory_vector_layer_memorylayer_ci_mig_0cd5b1a4,doctor_checks_5a2eb2b9,doctor_github_tool_checks_a53b0382,doctor_tool_checks_4acac51a,next_blocked_decisions_4140ad2b,policy_gate_213f7313,remediate_cli_output_cc165396,node_agent_mmd_orchestration_layer_orchestration_reme_359fe98f,node_agent_mmd_llm_model_layer_llmlayer_remediate_run_9e3d4585,node_agent_mmd_tool_layer_toollayer_remediate_runner__c003b871,node_agent_mmd_tool_layer_toollayer_review_gate_core__7704598b,node_agent_mmd_memory_vector_layer_memorylayer_review_5bee9816,index_1bc04b52,types_1_4ecdf56e,validation_constants_e002a0f6,validation_98c41dcd,node_agent_mmd_orchestration_layer_orchestration_chec_0550c395,node_agent_mmd_tool_layer_toollayer_checker_checker_2_453d593b,node_agent_mmd_memory_vector_layer_memorylayer_checke_a583eb4f,cli_args_1_6144b055,node_agent_mmd_orchestration_layer_orchestration_comm_6e41a7f7,node_agent_mmd_tool_layer_toollayer_command_capabilit_7fe13db1,node_agent_mmd_tool_layer_toollayer_command_capabilit_e97a4615,node_agent_mmd_memory_vector_layer_memorylayer_comman_c72a5d05,linear_command_actions_e430f4f4,node_agent_mmd_orchestration_layer_orchestration_line_b67affd5,node_agent_mmd_tool_layer_toollayer_linear_command_ru_d6763748,node_agent_mmd_orchestration_layer_orchestration_poli_3270b55d,node_agent_mmd_tool_layer_toollayer_policy_validators_af136abf,node_agent_mmd_memory_vector_layer_memorylayer_policy_1944de42,node_agent_mmd_orchestration_layer_orchestration_type_7cf81261,node_agent_mmd_tool_layer_toollayer_types_core_types__6c8319b6,node_agent_mmd_memory_vector_layer_memorylayer_types__83f369fa,node_agent_mmd_orchestration_layer_orchestration_vali_d9fe99e6,node_agent_mmd_tool_layer_toollayer_validator_core_va_6ef6131f,node_agent_mmd_memory_vector_layer_memorylayer_valida_41034356,validator_helpers_7b927667,node_agent_mmd_orchestration_layer_orchestration_he_p_fc778c24,node_agent_mmd_tool_layer_toollayer_he_phase_exit_cor_af016160,ralph_runtime_73d63c0e,observed_skill_usage_ed7d5930,closure_evidence_aaa31467,pr_creator_dc6b1ea4,client_948fe603,init_output_360dce91,scaffold_ci_templates_2afd6392,scaffold_codex_environment_templates_334fbbed,scaffold_config_templates_4b80ce53,node_agent_mmd_orchestration_layer_orchestration_scaf_c9a90c2f,node_agent_mmd_tool_layer_toollayer_scaffold_environm_c1afc013,node_agent_mmd_memory_vector_layer_memorylayer_scaffo_12b42341,scaffold_github_actions_pr_pipeline_renderer_1ee18de5,scaffold_github_actions_pr_pipeline_template_e2b85f62,scaffold_release_private_npm_template_075499f8,node_agent_mmd_llm_model_layer_llmlayer_constants_con_c9bd3f6c,node_agent_mmd_tool_layer_toollayer_constants_constan_9d71b829,index_9_32dd4d91,validation_common_6161e48b,node_agent_mmd_tool_layer_toollayer_cli_cli_2_1_32d9eeaf,node_agent_mmd_memory_vector_layer_memorylayer_cli_cl_1f1f89ab,node_agent_mmd_tool_layer_toollayer_metrics_tracker_m_4c9237d8,node_agent_mmd_memory_vector_layer_memorylayer_metric_12562178,normalise_renderer_85f2e563,evaluation_engine_core_e054fe49,node_agent_mmd_orchestration_layer_orchestration_tool_cc43149f,node_agent_mmd_tool_layer_toollayer_tooling_baseline__61e66e9f,node_agent_mmd_memory_vector_layer_memorylayer_toolin_14f86b00,node_agent_mmd_orchestration_layer_orchestration_prom_d17b4de2,node_agent_mmd_llm_model_layer_llmlayer_prompt_contex_81f9066a,node_agent_mmd_tool_layer_toollayer_prompt_context_dr_a2772f2b,node_agent_mmd_memory_vector_layer_memorylayer_prompt_ae34fc43,node_agent_mmd_orchestration_layer_orchestration_prom_77088997,node_agent_mmd_llm_model_layer_llmlayer_prompt_contex_e5066b88,node_agent_mmd_tool_layer_toollayer_prompt_context_dr_bd82da46,node_agent_mmd_memory_vector_layer_memorylayer_prompt_efd77624,replay_packet_a1293f88,index_14_d982116c,review_lifecycle_contract_e5447221,review_lifecycle_89afa64c,node_agent_mmd_tool_layer_toollayer_runtime_card_code_3636ceac,node_agent_mmd_memory_vector_layer_memorylayer_runtim_a5d23e7f,runtime_card_codex_runtime_0655e230,runtime_evidence_bundle_d471a232,types_36_674380ec,index_17_642943a2,projection_1b250ea1,types_38_e8efcd57,validation_7_c4e6d8b6 toolNode
  classDef memNode fill:#555,color:#fff
-   class node_agent_mmd_orchestration_layer_orchestration_chec_7fd47f5c,node_agent_mmd_llm_model_layer_llmlayer_check_steerin_0e1bf90d,node_agent_mmd_tool_layer_toollayer_check_steering_fe_eafecf3a,node_agent_mmd_memory_vector_layer_memorylayer_check__64c86928,normalize_workflow_contracts_8701f1c8,sync_codex_preflight_7e7a8dc2,test_harness_upgrade_matrix_84113c4e,node_agent_mmd_llm_model_layer_llmlayer_validate_prom_9880f764,node_agent_mmd_memory_vector_layer_memorylayer_valida_c52c4db8,validate_runtime_packet_schemas_bc3ba8ec,node_agent_mmd_llm_model_layer_llmlayer_validate_syst_5636156e,node_agent_mmd_memory_vector_layer_memorylayer_valida_db599a97,validate_workflow_contracts_33dc063c,branch_protect_core_a8feb0fd,node_agent_mmd_tool_layer_toollayer_ci_migrate_core_c_049f8460,node_agent_mmd_memory_vector_layer_memorylayer_ci_mig_0cd5b1a4,context_health_80bb7da9,node_agent_mmd_llm_model_layer_llmlayer_context_conte_ad2dfbd9,node_agent_mmd_memory_vector_layer_memorylayer_contex_78ceaaa9,docs_gate_core_eb9b6c18,node_agent_mmd_llm_model_layer_llmlayer_index_context_1041bd11,node_agent_mmd_memory_vector_layer_memorylayer_index__6f3402d0,local_memory_preflight_dcc36c42,memory_gate_a577a506,pattern_scope_siblings_43abe000,review_context_ca6cf81d,node_agent_mmd_tool_layer_toollayer_review_gate_core__7704598b,node_agent_mmd_memory_vector_layer_memorylayer_review_5bee9816,node_agent_mmd_llm_model_layer_llmlayer_search_search_66b9a911,node_agent_mmd_memory_vector_layer_memorylayer_search_ac35cb7e,session_context_e5ec72c0,node_agent_mmd_orchestration_layer_orchestration_tool_acfe0c01,node_agent_mmd_memory_vector_layer_memorylayer_toolin_a1185b8f,run_local_memory_preflight_36e92808,node_agent_mmd_orchestration_layer_orchestration_chec_0550c395,node_agent_mmd_tool_layer_toollayer_checker_checker_2_453d593b,node_agent_mmd_memory_vector_layer_memorylayer_checke_a583eb4f,node_agent_mmd_orchestration_layer_orchestration_cont_61b3b9c9,node_agent_mmd_llm_model_layer_llmlayer_context_healt_cfc0bfa8,node_agent_mmd_memory_vector_layer_memorylayer_contex_3204aa0e,node_agent_mmd_orchestration_layer_orchestration_type_4f906dcc,node_agent_mmd_memory_vector_layer_memorylayer_types__9ad640a0,branch_protect_sync_570adb18,node_agent_mmd_tool_layer_toollayer_command_capabilit_e97a4615,node_agent_mmd_memory_vector_layer_memorylayer_comman_c72a5d05,node_agent_mmd_orchestration_layer_orchestration_comm_1f8cc24c,node_agent_mmd_llm_model_layer_llmlayer_command_specs_782af9fa,node_agent_mmd_memory_vector_layer_memorylayer_comman_111eb454,local_memory_preflight_command_spec_9e23f3ce,memory_gate_command_spec_dc9001a9,review_gate_command_spec_3187376a,session_context_command_spec_973afbb1,node_agent_mmd_llm_model_layer_llmlayer_constants_con_c9bd3f6c,node_agent_mmd_memory_vector_layer_memorylayer_consta_702d3f46,context_compact_policy_3dcaf95d,node_agent_mmd_llm_model_layer_llmlayer_index_index_1_02e160ff,node_agent_mmd_memory_vector_layer_memorylayer_index__752bc61e,node_agent_mmd_llm_model_layer_llmlayer_indexer_index_4f4deef5,node_agent_mmd_memory_vector_layer_memorylayer_indexe_93e6d86f,init_error_5c7dd49f,lexical_fallback_723e2b3e,node_agent_mmd_llm_model_layer_llmlayer_ollama_ollama_968b23fa,node_agent_mmd_memory_vector_layer_memorylayer_ollama_6d51be16,rollout_a4fa034c,sources_878a52fc,store_824d80d7,node_agent_mmd_llm_model_layer_llmlayer_sync_contract_9f3cc8c1,node_agent_mmd_memory_vector_layer_memorylayer_sync_c_e43418bc,types_8_f6283648,harness_run_context_ac7c77a9,index_4_013aa0e3,json_schema_core_96d7e328,node_agent_mmd_orchestration_layer_orchestration_poli_3270b55d,node_agent_mmd_tool_layer_toollayer_policy_validators_af136abf,node_agent_mmd_memory_vector_layer_memorylayer_policy_1944de42,node_agent_mmd_orchestration_layer_orchestration_type_7cf81261,node_agent_mmd_tool_layer_toollayer_types_core_types__6c8319b6,node_agent_mmd_memory_vector_layer_memorylayer_types__83f369fa,node_agent_mmd_orchestration_layer_orchestration_vali_d9fe99e6,node_agent_mmd_tool_layer_toollayer_validator_core_va_6ef6131f,node_agent_mmd_memory_vector_layer_memorylayer_valida_41034356,node_agent_mmd_orchestration_layer_orchestration_init_2a9c3ecb,node_agent_mmd_memory_vector_layer_memorylayer_init_m_333d02c5,node_agent_mmd_orchestration_layer_orchestration_proj_6ab6f60f,node_agent_mmd_memory_vector_layer_memorylayer_projec_3ae304d9,scaffold_diagram_templates_dd88e83c,node_agent_mmd_orchestration_layer_orchestration_scaf_12cc07db,node_agent_mmd_memory_vector_layer_memorylayer_scaffo_5fd73b94,node_agent_mmd_orchestration_layer_orchestration_scaf_c9a90c2f,node_agent_mmd_tool_layer_toollayer_scaffold_environm_c1afc013,node_agent_mmd_memory_vector_layer_memorylayer_scaffo_12b42341,scaffold_root_command_templates_404fed7f,scaffold_script_template_registry_69312d4e,scaffold_shell_templates_0ad0f915,scaffold_surfaces_12d6494e,node_agent_mmd_orchestration_layer_orchestration_scaf_ff8f92f6,node_agent_mmd_memory_vector_layer_memorylayer_scaffo_a86eece1,scaffold_workflow_template_92310587,eval_seed_5699fd3e,index_10_f6785a46,review_context_1_e3afed15,memory_gate_1_265164ac,branch_enforcer_acb749cd,cli_args_5_09ea29f0,node_agent_mmd_tool_layer_toollayer_cli_cli_2_1_32d9eeaf,node_agent_mmd_memory_vector_layer_memorylayer_cli_cl_1f1f89ab,node_agent_mmd_tool_layer_toollayer_metrics_tracker_m_4c9237d8,node_agent_mmd_memory_vector_layer_memorylayer_metric_12562178,types_19_eb4ad5f0,validator_5_b19ac2be,node_agent_mmd_orchestration_layer_orchestration_clas_899b821a,node_agent_mmd_memory_vector_layer_memorylayer_classi_1ebbf5ff,node_agent_mmd_orchestration_layer_orchestration_tool_cc43149f,node_agent_mmd_tool_layer_toollayer_tooling_baseline__61e66e9f,node_agent_mmd_memory_vector_layer_memorylayer_toolin_14f86b00,claim_helpers_20dc8387,types_24_c63dc1a7,local_memory_smoke_1175abfc,local_memory_0db17ecc,performance_overload_c685bfcf,node_agent_mmd_orchestration_layer_orchestration_sugg_85c5ebe3,node_agent_mmd_memory_vector_layer_memorylayer_sugges_267f408d,node_agent_mmd_orchestration_layer_orchestration_prom_d17b4de2,node_agent_mmd_llm_model_layer_llmlayer_prompt_contex_81f9066a,node_agent_mmd_tool_layer_toollayer_prompt_context_dr_a2772f2b,node_agent_mmd_memory_vector_layer_memorylayer_prompt_ae34fc43,node_agent_mmd_orchestration_layer_orchestration_prom_77088997,node_agent_mmd_llm_model_layer_llmlayer_prompt_contex_e5066b88,node_agent_mmd_tool_layer_toollayer_prompt_context_dr_bd82da46,node_agent_mmd_memory_vector_layer_memorylayer_prompt_efd77624,node_agent_mmd_llm_model_layer_llmlayer_prompt_contex_6426acc2,node_agent_mmd_memory_vector_layer_memorylayer_prompt_55c0d605,types_31_eb363e20,policy_1_fc4198db,node_agent_mmd_tool_layer_toollayer_runtime_card_code_3636ceac,node_agent_mmd_memory_vector_layer_memorylayer_runtim_a5d23e7f,cli_11_338a8415,collector_0736fd5b,types_34_85e6a0bb,overload_guard_2748c559 memNode
+   class node_agent_mmd_orchestration_layer_orchestration_chec_7fd47f5c,node_agent_mmd_llm_model_layer_llmlayer_check_steerin_0e1bf90d,node_agent_mmd_tool_layer_toollayer_check_steering_fe_eafecf3a,node_agent_mmd_memory_vector_layer_memorylayer_check__64c86928,normalize_workflow_contracts_8701f1c8,sync_codex_preflight_7e7a8dc2,test_harness_upgrade_matrix_84113c4e,node_agent_mmd_llm_model_layer_llmlayer_validate_prom_9880f764,node_agent_mmd_memory_vector_layer_memorylayer_valida_c52c4db8,validate_runtime_packet_schemas_bc3ba8ec,node_agent_mmd_llm_model_layer_llmlayer_validate_syst_5636156e,node_agent_mmd_memory_vector_layer_memorylayer_valida_db599a97,validate_workflow_contracts_33dc063c,branch_protect_core_a8feb0fd,node_agent_mmd_tool_layer_toollayer_ci_migrate_core_c_049f8460,node_agent_mmd_memory_vector_layer_memorylayer_ci_mig_0cd5b1a4,context_health_80bb7da9,node_agent_mmd_llm_model_layer_llmlayer_context_conte_ad2dfbd9,node_agent_mmd_memory_vector_layer_memorylayer_contex_78ceaaa9,docs_gate_core_eb9b6c18,node_agent_mmd_llm_model_layer_llmlayer_index_context_1041bd11,node_agent_mmd_memory_vector_layer_memorylayer_index__6f3402d0,local_memory_preflight_dcc36c42,memory_gate_a577a506,pattern_scope_siblings_43abe000,review_context_ca6cf81d,node_agent_mmd_tool_layer_toollayer_review_gate_core__7704598b,node_agent_mmd_memory_vector_layer_memorylayer_review_5bee9816,node_agent_mmd_llm_model_layer_llmlayer_search_search_66b9a911,node_agent_mmd_memory_vector_layer_memorylayer_search_ac35cb7e,session_context_e5ec72c0,node_agent_mmd_orchestration_layer_orchestration_tool_acfe0c01,node_agent_mmd_memory_vector_layer_memorylayer_toolin_a1185b8f,run_local_memory_preflight_36e92808,node_agent_mmd_orchestration_layer_orchestration_chec_0550c395,node_agent_mmd_tool_layer_toollayer_checker_checker_2_453d593b,node_agent_mmd_memory_vector_layer_memorylayer_checke_a583eb4f,node_agent_mmd_orchestration_layer_orchestration_cont_61b3b9c9,node_agent_mmd_llm_model_layer_llmlayer_context_healt_cfc0bfa8,node_agent_mmd_memory_vector_layer_memorylayer_contex_3204aa0e,node_agent_mmd_orchestration_layer_orchestration_type_4f906dcc,node_agent_mmd_memory_vector_layer_memorylayer_types__9ad640a0,branch_protect_sync_570adb18,node_agent_mmd_tool_layer_toollayer_command_capabilit_e97a4615,node_agent_mmd_memory_vector_layer_memorylayer_comman_c72a5d05,node_agent_mmd_orchestration_layer_orchestration_comm_1f8cc24c,node_agent_mmd_llm_model_layer_llmlayer_command_specs_782af9fa,node_agent_mmd_memory_vector_layer_memorylayer_comman_111eb454,local_memory_preflight_command_spec_9e23f3ce,memory_gate_command_spec_dc9001a9,review_gate_command_spec_3187376a,session_context_command_spec_973afbb1,node_agent_mmd_llm_model_layer_llmlayer_constants_con_c9bd3f6c,node_agent_mmd_memory_vector_layer_memorylayer_consta_702d3f46,context_compact_policy_3dcaf95d,node_agent_mmd_llm_model_layer_llmlayer_index_index_1_02e160ff,node_agent_mmd_memory_vector_layer_memorylayer_index__752bc61e,node_agent_mmd_llm_model_layer_llmlayer_indexer_index_4f4deef5,node_agent_mmd_memory_vector_layer_memorylayer_indexe_93e6d86f,init_error_5c7dd49f,lexical_fallback_723e2b3e,node_agent_mmd_llm_model_layer_llmlayer_ollama_ollama_968b23fa,node_agent_mmd_memory_vector_layer_memorylayer_ollama_6d51be16,rollout_a4fa034c,sources_878a52fc,store_824d80d7,node_agent_mmd_llm_model_layer_llmlayer_sync_contract_9f3cc8c1,node_agent_mmd_memory_vector_layer_memorylayer_sync_c_e43418bc,types_8_f6283648,harness_run_context_ac7c77a9,index_4_013aa0e3,json_schema_core_96d7e328,node_agent_mmd_orchestration_layer_orchestration_poli_3270b55d,node_agent_mmd_tool_layer_toollayer_policy_validators_af136abf,node_agent_mmd_memory_vector_layer_memorylayer_policy_1944de42,node_agent_mmd_orchestration_layer_orchestration_type_7cf81261,node_agent_mmd_tool_layer_toollayer_types_core_types__6c8319b6,node_agent_mmd_memory_vector_layer_memorylayer_types__83f369fa,node_agent_mmd_orchestration_layer_orchestration_vali_d9fe99e6,node_agent_mmd_tool_layer_toollayer_validator_core_va_6ef6131f,node_agent_mmd_memory_vector_layer_memorylayer_valida_41034356,docs_task_eval_contract_79347457,docs_task_eval_fixtures_44902755,node_agent_mmd_orchestration_layer_orchestration_init_2a9c3ecb,node_agent_mmd_memory_vector_layer_memorylayer_init_m_333d02c5,node_agent_mmd_orchestration_layer_orchestration_proj_6ab6f60f,node_agent_mmd_memory_vector_layer_memorylayer_projec_3ae304d9,scaffold_diagram_templates_dd88e83c,node_agent_mmd_orchestration_layer_orchestration_scaf_12cc07db,node_agent_mmd_memory_vector_layer_memorylayer_scaffo_5fd73b94,node_agent_mmd_orchestration_layer_orchestration_scaf_c9a90c2f,node_agent_mmd_tool_layer_toollayer_scaffold_environm_c1afc013,node_agent_mmd_memory_vector_layer_memorylayer_scaffo_12b42341,scaffold_root_command_templates_404fed7f,scaffold_script_template_registry_69312d4e,scaffold_shell_templates_0ad0f915,scaffold_surfaces_12d6494e,node_agent_mmd_orchestration_layer_orchestration_scaf_ff8f92f6,node_agent_mmd_memory_vector_layer_memorylayer_scaffo_a86eece1,scaffold_workflow_template_92310587,eval_seed_5699fd3e,index_10_f6785a46,review_context_1_e3afed15,memory_gate_1_265164ac,branch_enforcer_acb749cd,cli_args_5_09ea29f0,node_agent_mmd_tool_layer_toollayer_cli_cli_2_1_32d9eeaf,node_agent_mmd_memory_vector_layer_memorylayer_cli_cl_1f1f89ab,node_agent_mmd_tool_layer_toollayer_metrics_tracker_m_4c9237d8,node_agent_mmd_memory_vector_layer_memorylayer_metric_12562178,types_19_eb4ad5f0,validator_5_b19ac2be,node_agent_mmd_orchestration_layer_orchestration_clas_899b821a,node_agent_mmd_memory_vector_layer_memorylayer_classi_1ebbf5ff,node_agent_mmd_orchestration_layer_orchestration_tool_cc43149f,node_agent_mmd_tool_layer_toollayer_tooling_baseline__61e66e9f,node_agent_mmd_memory_vector_layer_memorylayer_toolin_14f86b00,claim_helpers_20dc8387,types_24_c63dc1a7,local_memory_smoke_1175abfc,local_memory_0db17ecc,performance_overload_c685bfcf,node_agent_mmd_orchestration_layer_orchestration_sugg_85c5ebe3,node_agent_mmd_memory_vector_layer_memorylayer_sugges_267f408d,node_agent_mmd_orchestration_layer_orchestration_prom_d17b4de2,node_agent_mmd_llm_model_layer_llmlayer_prompt_contex_81f9066a,node_agent_mmd_tool_layer_toollayer_prompt_context_dr_a2772f2b,node_agent_mmd_memory_vector_layer_memorylayer_prompt_ae34fc43,node_agent_mmd_orchestration_layer_orchestration_prom_77088997,node_agent_mmd_llm_model_layer_llmlayer_prompt_contex_e5066b88,node_agent_mmd_tool_layer_toollayer_prompt_context_dr_bd82da46,node_agent_mmd_memory_vector_layer_memorylayer_prompt_efd77624,node_agent_mmd_llm_model_layer_llmlayer_prompt_contex_6426acc2,node_agent_mmd_memory_vector_layer_memorylayer_prompt_55c0d605,types_31_eb363e20,policy_1_fc4198db,node_agent_mmd_tool_layer_toollayer_runtime_card_code_3636ceac,node_agent_mmd_memory_vector_layer_memorylayer_runtim_a5d23e7f,cli_11_338a8415,collector_0736fd5b,types_34_85e6a0bb,overload_guard_2748c559 memNode
